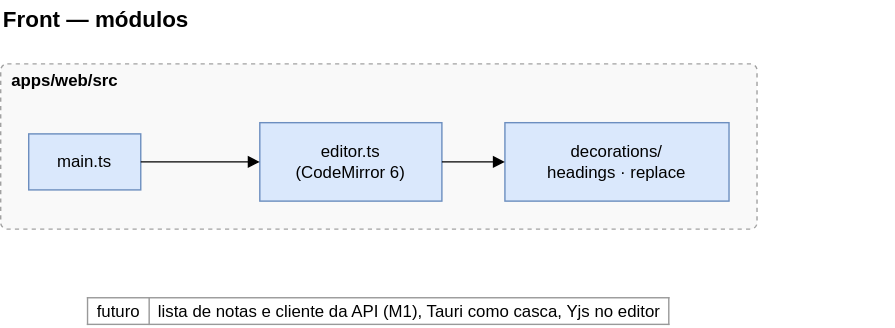
Earlier version of the draw.io export ai/obsidian/Estrutura do projeto/Figuras/estrutura-front.drawio.svg (LuccaRh/NoteProject). Source tidied: cells renumbered, new cells last; positions are measured from the earlier drawing's top-left corner, leaving out a move shared by most shapes.
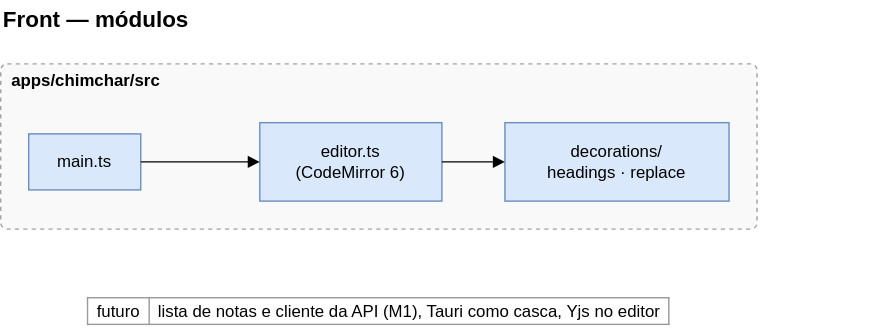
After the change.

Change to the diagram source:
```diff
@@ -29,8 +29,8 @@
         <mxPoint x="360" y="115" as="targetPoint" />
       </mxGeometry>
     </mxCell>
-    <mxCell id="9" value="&lt;b&gt;apps/web/src&lt;/b&gt;" style="text;html=1;align=left;verticalAlign=middle;fontSize=12;" parent="1" vertex="1">
-      <mxGeometry x="6" y="48" width="100" height="18" as="geometry" />
+    <mxCell id="9" value="&lt;b&gt;apps/chimchar/src&lt;/b&gt;" style="text;html=1;align=left;verticalAlign=middle;fontSize=12;" parent="1" vertex="1">
+      <mxGeometry x="6" y="48" width="135" height="18" as="geometry" />
     </mxCell>
     <mxCell id="10" value="&lt;table style=&quot;border-collapse:collapse;font-size:12px&quot;&gt;&lt;tr&gt;&lt;td style=&quot;border:1px solid #999;padding:2px 6px;text-align:left&quot;&gt;futuro&lt;/td&gt;&lt;td style=&quot;border:1px solid #999;padding:2px 6px;text-align:left&quot;&gt;lista de notas e cliente da API (M1), Tauri como casca, Yjs no editor&lt;/td&gt;&lt;/tr&gt;&lt;/table&gt;" style="text;html=1;align=left;verticalAlign=top;whiteSpace=wrap;fontSize=12;" parent="1" vertex="1">
       <mxGeometry x="60" y="205" width="577" height="28" as="geometry" />
```
